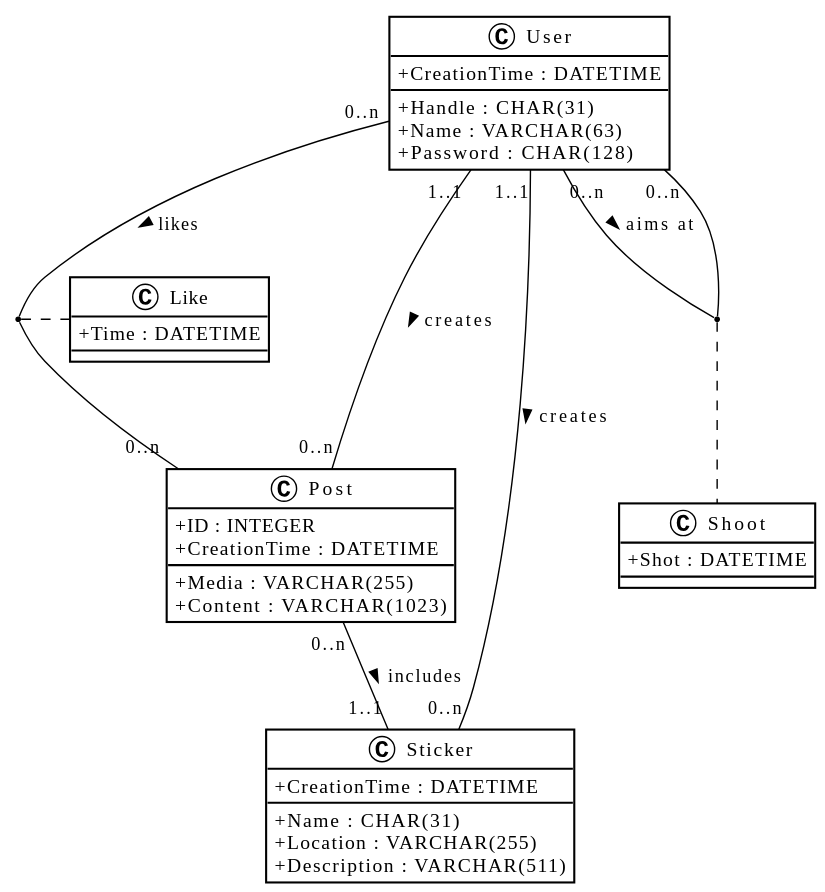
Before: doc/hiddlestickUML.svg, a diagram exported from PlantUML (luca-baeck/Soziales-Netzwerk).
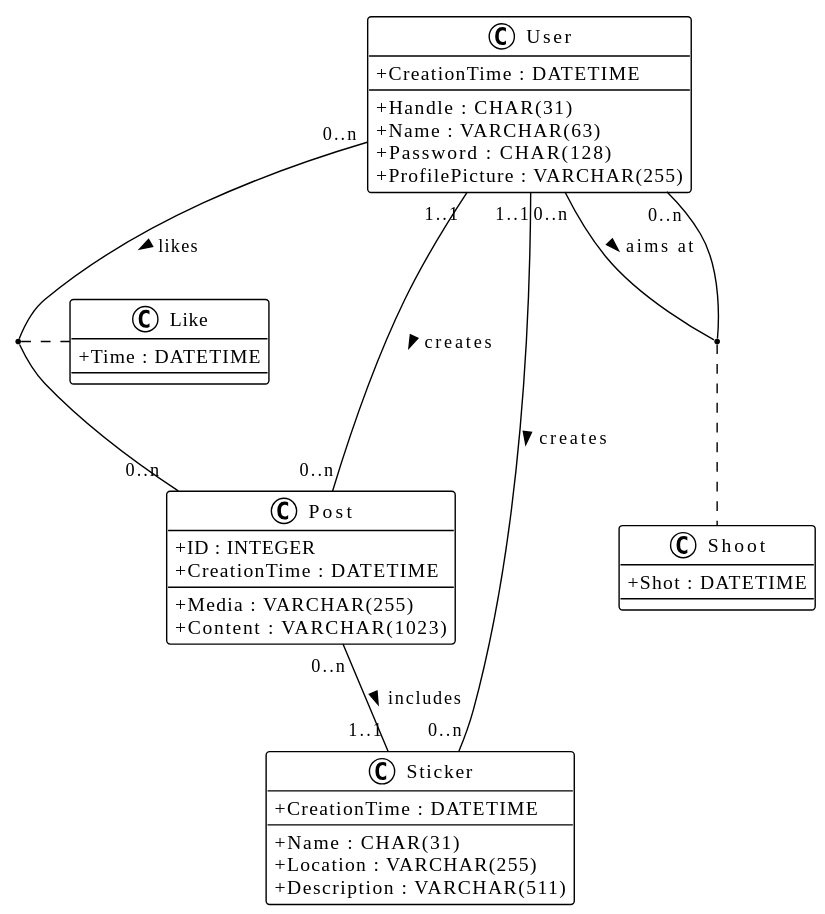
After the commit.

Commit message:
Added ProfilePicture to the table

What changed in the source:
```diff
@@ -6,6 +6,7 @@
     + Handle : CHAR(31)
     + Name : VARCHAR(63)
     + Password : CHAR(128)
+    + ProfilePicture : VARCHAR(255)
     + CreationTime : DATETIME
 }
 
```
